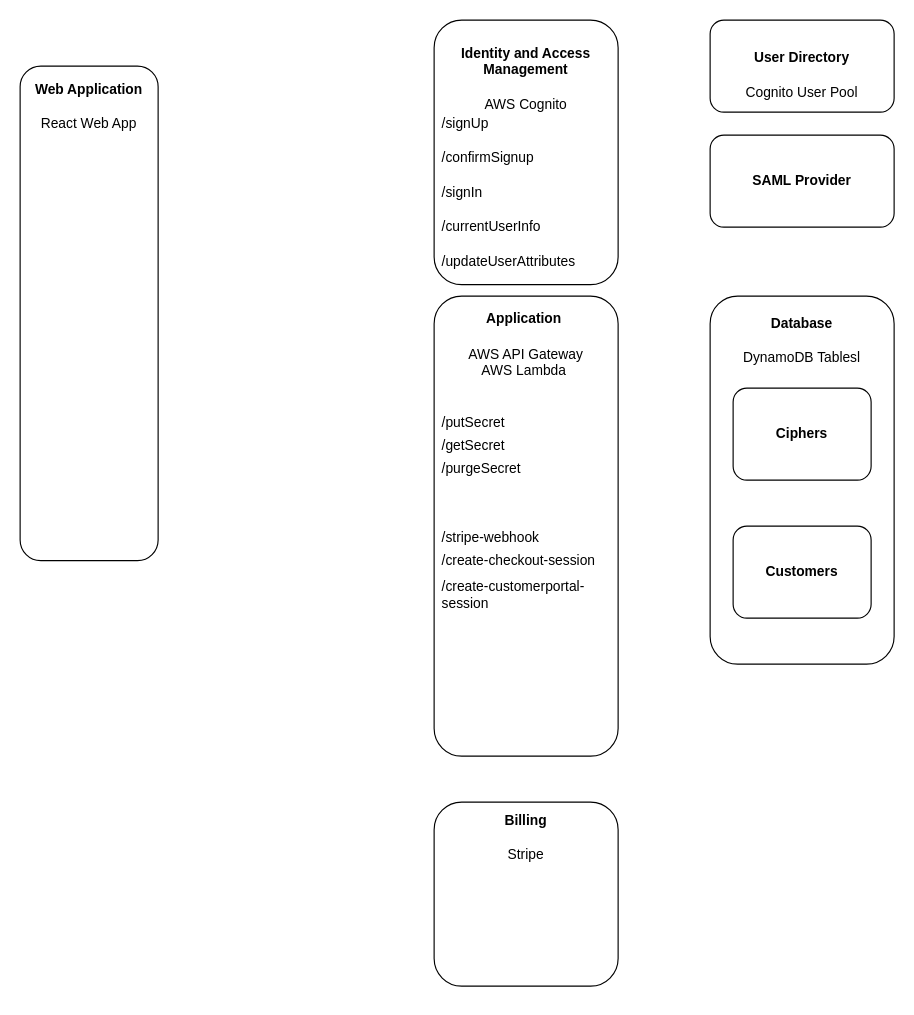
The draw.io diagram page "Application Architecture" (1 of 5) of Shhh.drawio in ciaran-finnegan/secret-sharer-client, before the edit. Source tidied: cells renumbered, new cells numbered last; positions are measured from the earlier drawing's top-left corner, leaving out a move shared by most shapes. Both pictures are drawn from the tidied source at 115%, with x=0, y=0 at pixel (20, 20).
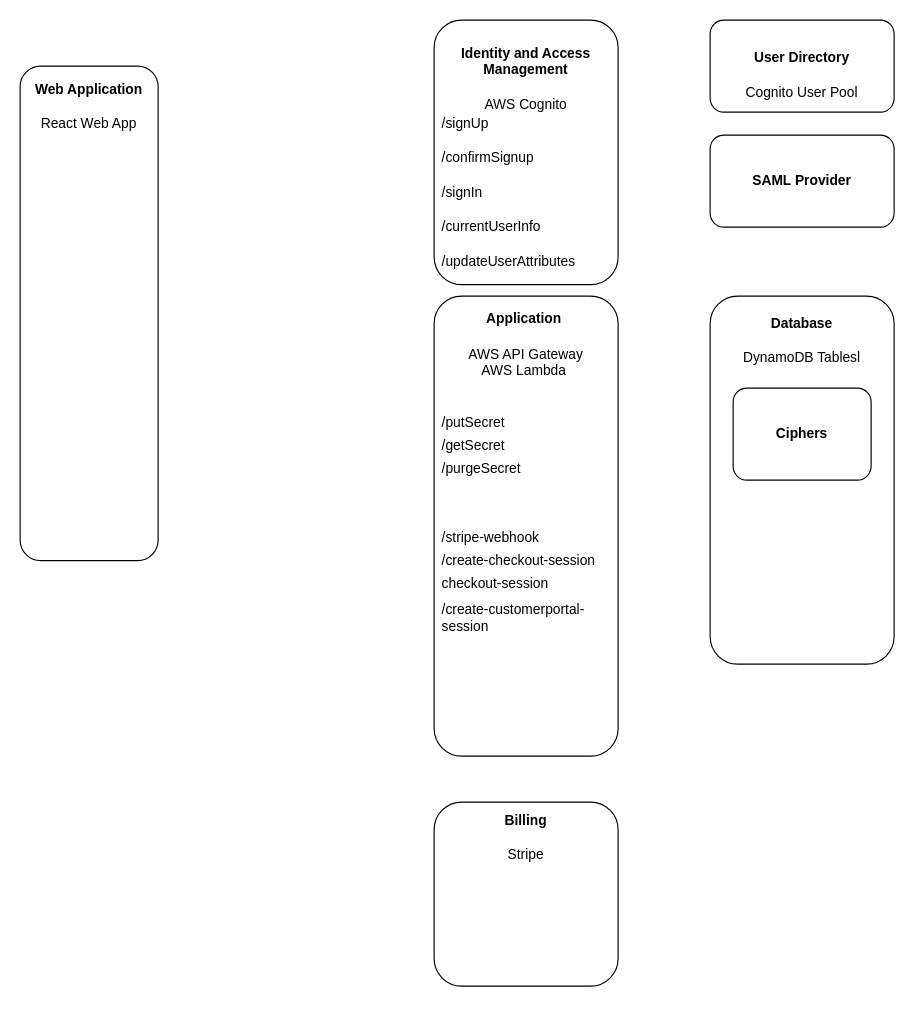
The same diagram, later.

Diff of the diagram source:
```diff
@@
-    <mxCell id="12" value="&lt;h4&gt;Customers&lt;/h4&gt;" style="rounded=1;whiteSpace=wrap;html=1;rotation=0;" parent="1" vertex="1">
-      <mxGeometry x="620" y="440" width="120" height="80" as="geometry" />
-    </mxCell>
@@
     <mxCell id="20" value="/create-customerportal-session" style="text;html=1;strokeColor=none;fillColor=none;align=left;verticalAlign=middle;whiteSpace=wrap;rounded=0;" parent="1" vertex="1">
-      <mxGeometry x="365" y="490" width="145" height="20" as="geometry" />
+      <mxGeometry x="365" y="510" width="145" height="20" as="geometry" />
     </mxCell>
@@
+    <mxCell id="22" value="checkout-session" style="text;html=1;strokeColor=none;fillColor=none;align=left;verticalAlign=middle;whiteSpace=wrap;rounded=0;" parent="1" vertex="1">
+      <mxGeometry x="365" y="480" width="145" height="20" as="geometry" />
+    </mxCell>
```
